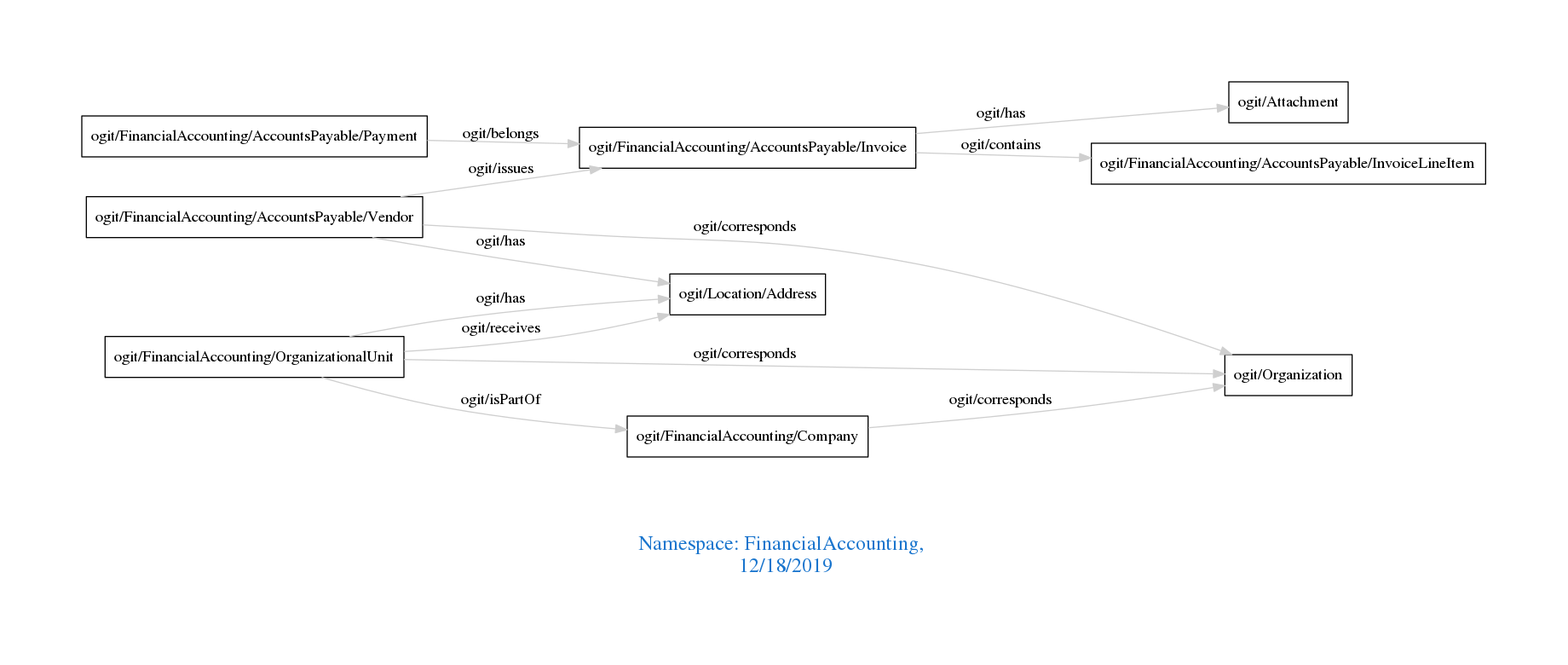
The Graphviz diagram downloads/FinancialAccounting.png in arago/OGIT, before a commit. Its source is kept beside it as downloads/FinancialAccounting.dot.
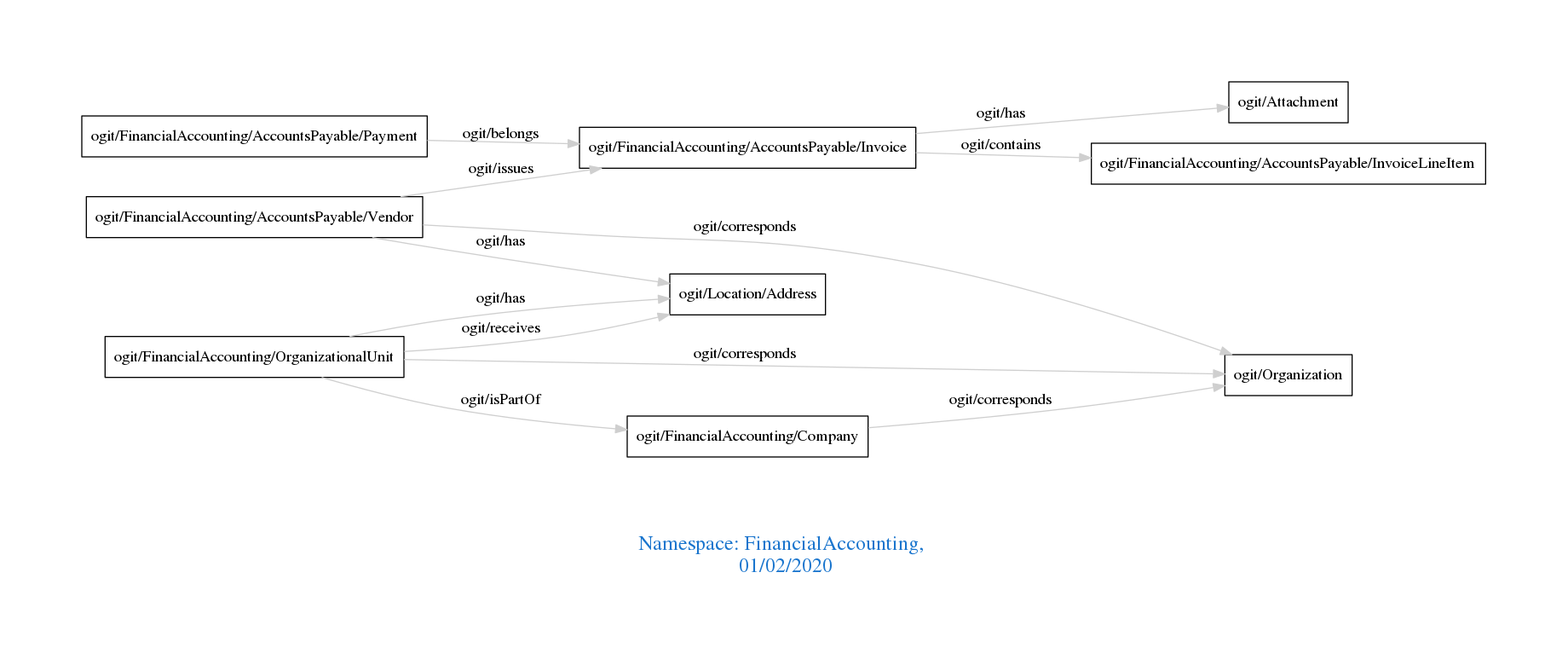
After the change.

What changed in the source:
```diff
@@ -1,7 +1,7 @@
 digraph OGIT_ontology {
  graph [ rankdir= LR,pad=1
 fontsize = 18,
-fontcolor= dodgerblue3,label = "\n\n\nNamespace: FinancialAccounting, \n 12/18/2019"];
+fontcolor= dodgerblue3,label = "\n\n\nNamespace: FinancialAccounting, \n 01/02/2020"];
 node[shape=polygon];
 edge [  color="gray81"];
 
```
